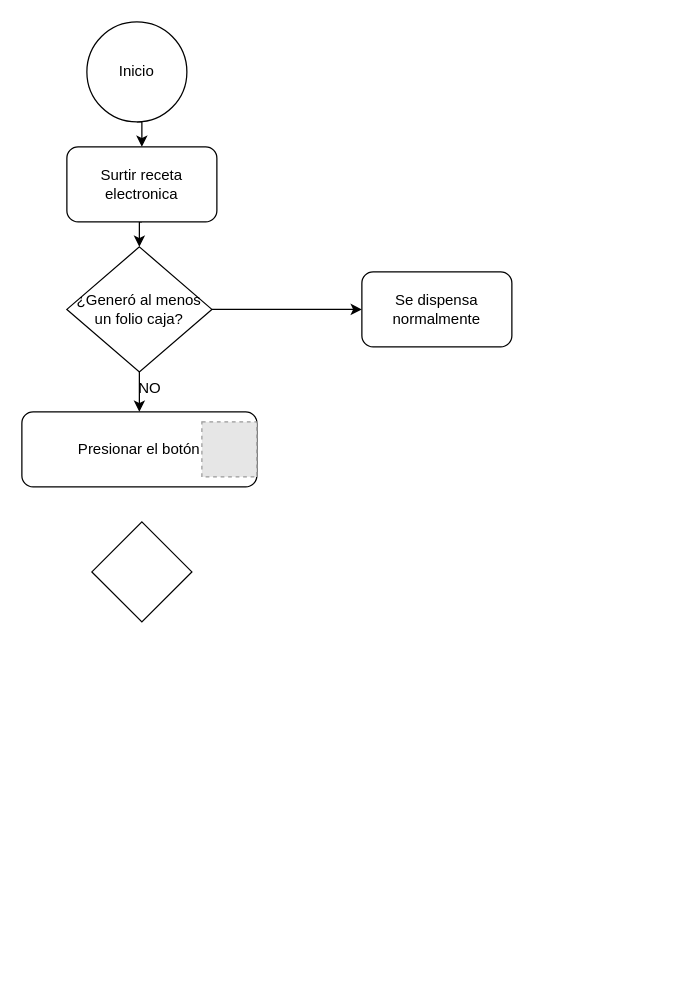
ErnestoDanielTafoyaMolinaCYM/clases-cat-cym keeps this draw.io diagram as BotonDeRenvioDeCajaAISSEA.drawio. Above is the earlier version. Source tidied: cells renumbered, new cells numbered last; positions are measured from the earlier drawing's top-left corner, leaving out a move shared by most shapes. Both pictures are drawn from the tidied source at 125%, with x=0, y=0 at pixel (21, 21). Pictures stored in the file or linked from it are replaced by grey dashed boxes.
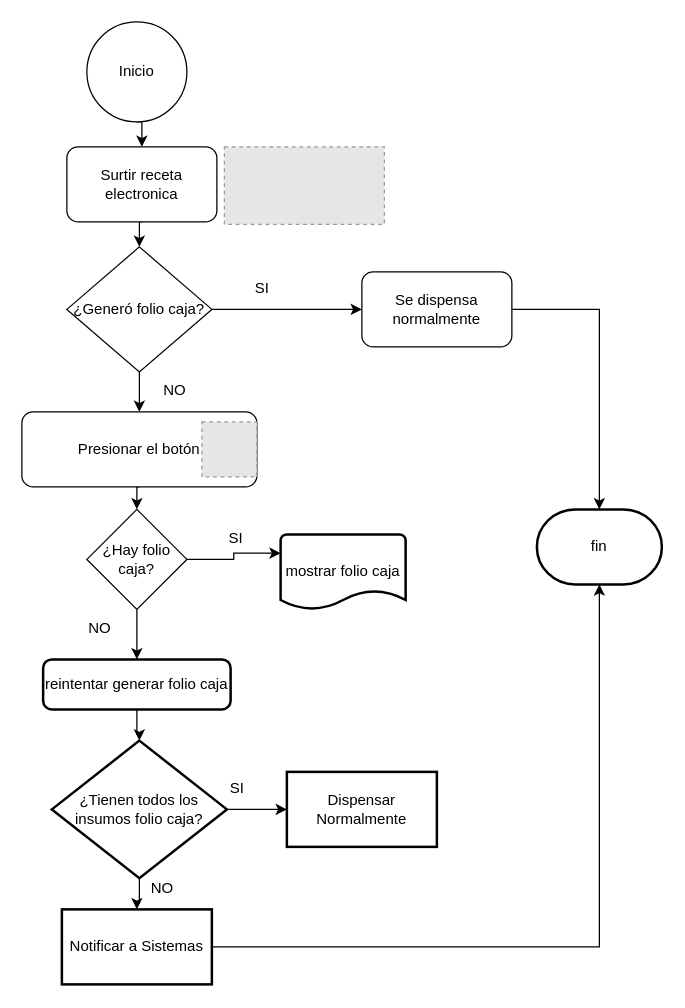
The same page after the edit.

Unchanged cells that the change refers to:
```xml
<mxCell id="3" value="Presionar el botón" style="rounded=1;whiteSpace=wrap;html=1;" parent="1" vertex="1">
  <mxGeometry y="312" width="188" height="60" as="geometry" />
</mxCell>
<mxCell id="13" value="Se dispensa normalmente" style="rounded=1;whiteSpace=wrap;html=1;" parent="1" vertex="1">
  <mxGeometry x="272" y="200" width="120" height="60" as="geometry" />
</mxCell>
```

Change to the diagram source:
```diff
@@
+    <mxCell id="14" style="edgeStyle=orthogonalEdgeStyle;rounded=0;jettySize=auto;html=1;exitX=0.5;exitY=1;exitDx=0;exitDy=0;entryX=0.5;entryY=0;entryDx=0;entryDy=0;" parent="1" edge="1" source="3" target="5">
+      <mxGeometry relative="1" as="geometry" />
+    </mxCell>
@@
+    <mxCell id="15" style="edgeStyle=orthogonalEdgeStyle;rounded=0;jettySize=auto;html=1;exitX=0.5;exitY=1;exitDx=0;exitDy=0;entryX=0.5;entryY=0;entryDx=0;entryDy=0;" parent="1" edge="1" source="5" target="24">
+      <mxGeometry relative="1" as="geometry" />
+    </mxCell>
-    <mxCell id="5" style="rhombus;whiteSpace=wrap;html=1;" parent="1" vertex="1">
-      <mxGeometry x="56" y="400" width="80" height="80" as="geometry" />
+    <mxCell id="5" value="¿Hay folio caja?" style="rhombus;whiteSpace=wrap;html=1;" parent="1" vertex="1">
+      <mxGeometry x="52" y="390" width="80" height="80" as="geometry" />
     </mxCell>
@@
-    <mxCell id="11" value="¿Generó al menos un folio caja?" style="rhombus;whiteSpace=wrap;html=1;" parent="1" vertex="1">
+    <mxCell id="11" value="¿Generó folio caja?" style="rhombus;whiteSpace=wrap;html=1;" parent="1" vertex="1">
       <mxGeometry x="36" y="180" width="116" height="100" as="geometry" />
     </mxCell>
     <mxCell id="12" value="NO" style="text;html=1;align=center;verticalAlign=middle;strokeColor=none;fillColor=none;" parent="1" vertex="1">
-      <mxGeometry x="82" y="278" width="40" height="30" as="geometry" />
+      <mxGeometry x="102" y="280" width="40" height="30" as="geometry" />
     </mxCell>
+    <mxCell id="16" style="edgeStyle=orthogonalEdgeStyle;rounded=0;jettySize=auto;html=1;exitX=1;exitY=0.5;exitDx=0;exitDy=0;" parent="1" edge="1" source="13" target="32">
+      <mxGeometry relative="1" as="geometry" />
+    </mxCell>
@@
+    <mxCell id="17" style="fillColor=#E6E6E6;strokeColor=#999999;dashed=1;verticalLabelPosition=bottom;labelBackgroundColor=default;verticalAlign=top;" parent="1" vertex="1">
+      <mxGeometry x="162" y="100" width="128" height="62" as="geometry" />
+    </mxCell>
+    <mxCell id="18" value="mostrar folio caja" style="strokeWidth=2;html=1;shape=mxgraph.flowchart.document2;whiteSpace=wrap;size=0.25;" parent="1" vertex="1">
+      <mxGeometry x="207" y="410" width="100" height="60" as="geometry" />
+    </mxCell>
+    <mxCell id="19" style="edgeStyle=orthogonalEdgeStyle;rounded=0;jettySize=auto;html=1;exitX=1;exitY=0.5;exitDx=0;exitDy=0;entryX=0;entryY=0.25;entryDx=0;entryDy=0;entryPerimeter=0;" parent="1" edge="1" source="5" target="18">
+      <mxGeometry relative="1" as="geometry" />
+    </mxCell>
+    <mxCell id="20" value="NO" style="text;html=1;align=center;verticalAlign=middle;strokeColor=none;fillColor=none;" parent="1" vertex="1">
+      <mxGeometry x="42" y="470" width="40" height="30" as="geometry" />
+    </mxCell>
+    <mxCell id="21" value="SI" style="text;html=1;align=center;verticalAlign=middle;strokeColor=none;fillColor=none;" parent="1" vertex="1">
+      <mxGeometry x="177" y="198" width="30" height="30" as="geometry" />
+    </mxCell>
+    <mxCell id="22" value="SI&lt;div&gt;&lt;br&gt;&lt;/div&gt;" style="text;html=1;align=center;verticalAlign=middle;strokeColor=none;fillColor=none;" parent="1" vertex="1">
+      <mxGeometry x="156" y="400" width="30" height="40" as="geometry" />
+    </mxCell>
+    <mxCell id="23" style="edgeStyle=orthogonalEdgeStyle;rounded=0;jettySize=auto;html=1;exitX=0.5;exitY=1;exitDx=0;exitDy=0;" parent="1" edge="1" source="24" target="27">
+      <mxGeometry relative="1" as="geometry" />
+    </mxCell>
+    <mxCell id="24" value="reintentar generar folio caja" style="rounded=1;whiteSpace=wrap;html=1;absoluteArcSize=1;arcSize=14;strokeWidth=2;" parent="1" vertex="1">
+      <mxGeometry x="17" y="510" width="150" height="40" as="geometry" />
+    </mxCell>
+    <mxCell id="25" style="edgeStyle=orthogonalEdgeStyle;rounded=0;jettySize=auto;html=1;" parent="1" edge="1" source="27" target="28">
+      <mxGeometry relative="1" as="geometry" />
+    </mxCell>
+    <mxCell id="26" style="edgeStyle=orthogonalEdgeStyle;rounded=0;jettySize=auto;html=1;" parent="1" edge="1" source="27" target="29">
+      <mxGeometry relative="1" as="geometry" />
+    </mxCell>
+    <mxCell id="27" value="¿Tienen todos los insumos folio caja?" style="strokeWidth=2;html=1;shape=mxgraph.flowchart.decision;whiteSpace=wrap;" parent="1" vertex="1">
+      <mxGeometry x="24" y="575" width="140" height="110" as="geometry" />
+    </mxCell>
+    <mxCell id="28" value="Dispensar Normalmente" style="whiteSpace=wrap;html=1;strokeWidth=2;" parent="1" vertex="1">
+      <mxGeometry x="212" y="600" width="120" height="60" as="geometry" />
+    </mxCell>
+    <mxCell id="29" value="Notificar a Sistemas" style="whiteSpace=wrap;html=1;strokeWidth=2;" parent="1" vertex="1">
+      <mxGeometry x="32" y="710" width="120" height="60" as="geometry" />
+    </mxCell>
+    <mxCell id="30" value="SI" style="text;html=1;align=center;verticalAlign=middle;strokeColor=none;fillColor=none;" parent="1" vertex="1">
+      <mxGeometry x="157" y="598" width="30" height="30" as="geometry" />
+    </mxCell>
+    <mxCell id="31" value="NO" style="text;html=1;align=center;verticalAlign=middle;strokeColor=none;fillColor=none;" parent="1" vertex="1">
+      <mxGeometry x="92" y="678" width="40" height="30" as="geometry" />
+    </mxCell>
+    <mxCell id="32" value="fin" style="strokeWidth=2;html=1;shape=mxgraph.flowchart.terminator;whiteSpace=wrap;" parent="1" vertex="1">
+      <mxGeometry x="412" y="390" width="100" height="60" as="geometry" />
+    </mxCell>
+    <mxCell id="33" style="edgeStyle=orthogonalEdgeStyle;rounded=0;jettySize=auto;html=1;exitX=1;exitY=0.5;exitDx=0;exitDy=0;entryX=0.5;entryY=1;entryDx=0;entryDy=0;entryPerimeter=0;" parent="1" edge="1" source="29" target="32">
+      <mxGeometry relative="1" as="geometry" />
+    </mxCell>
```
